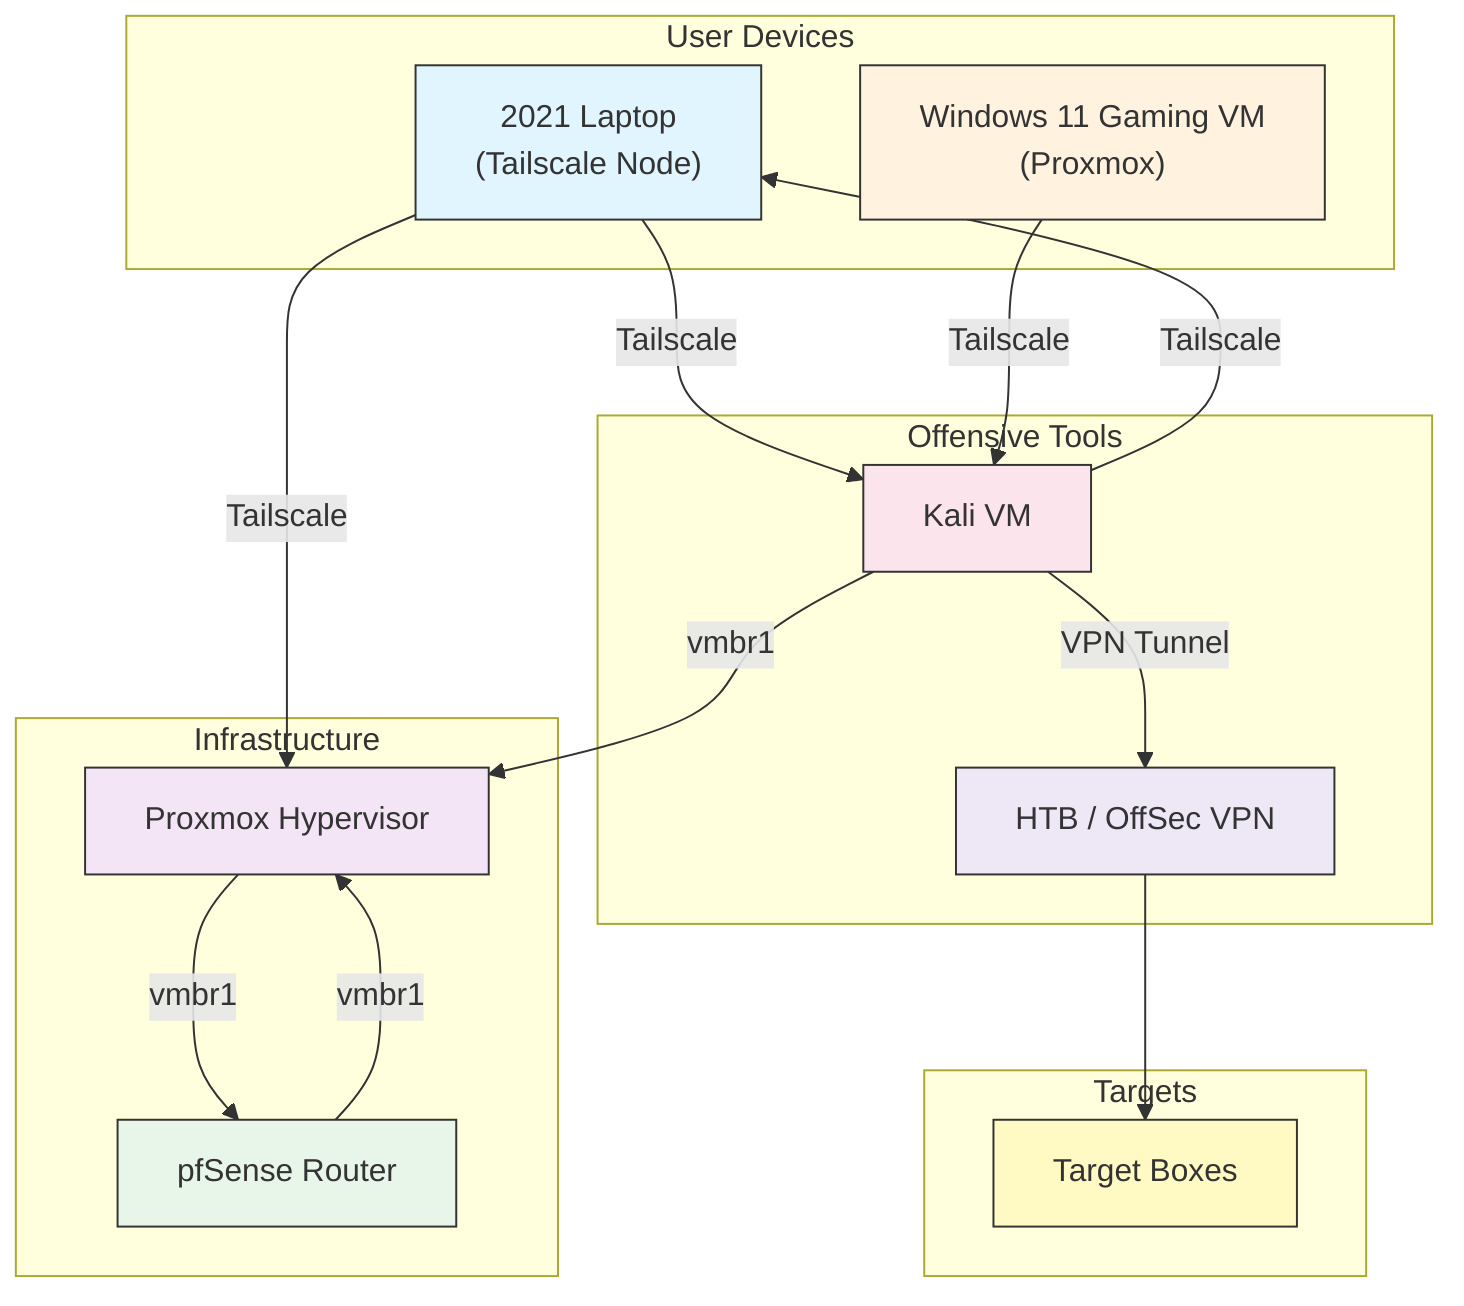
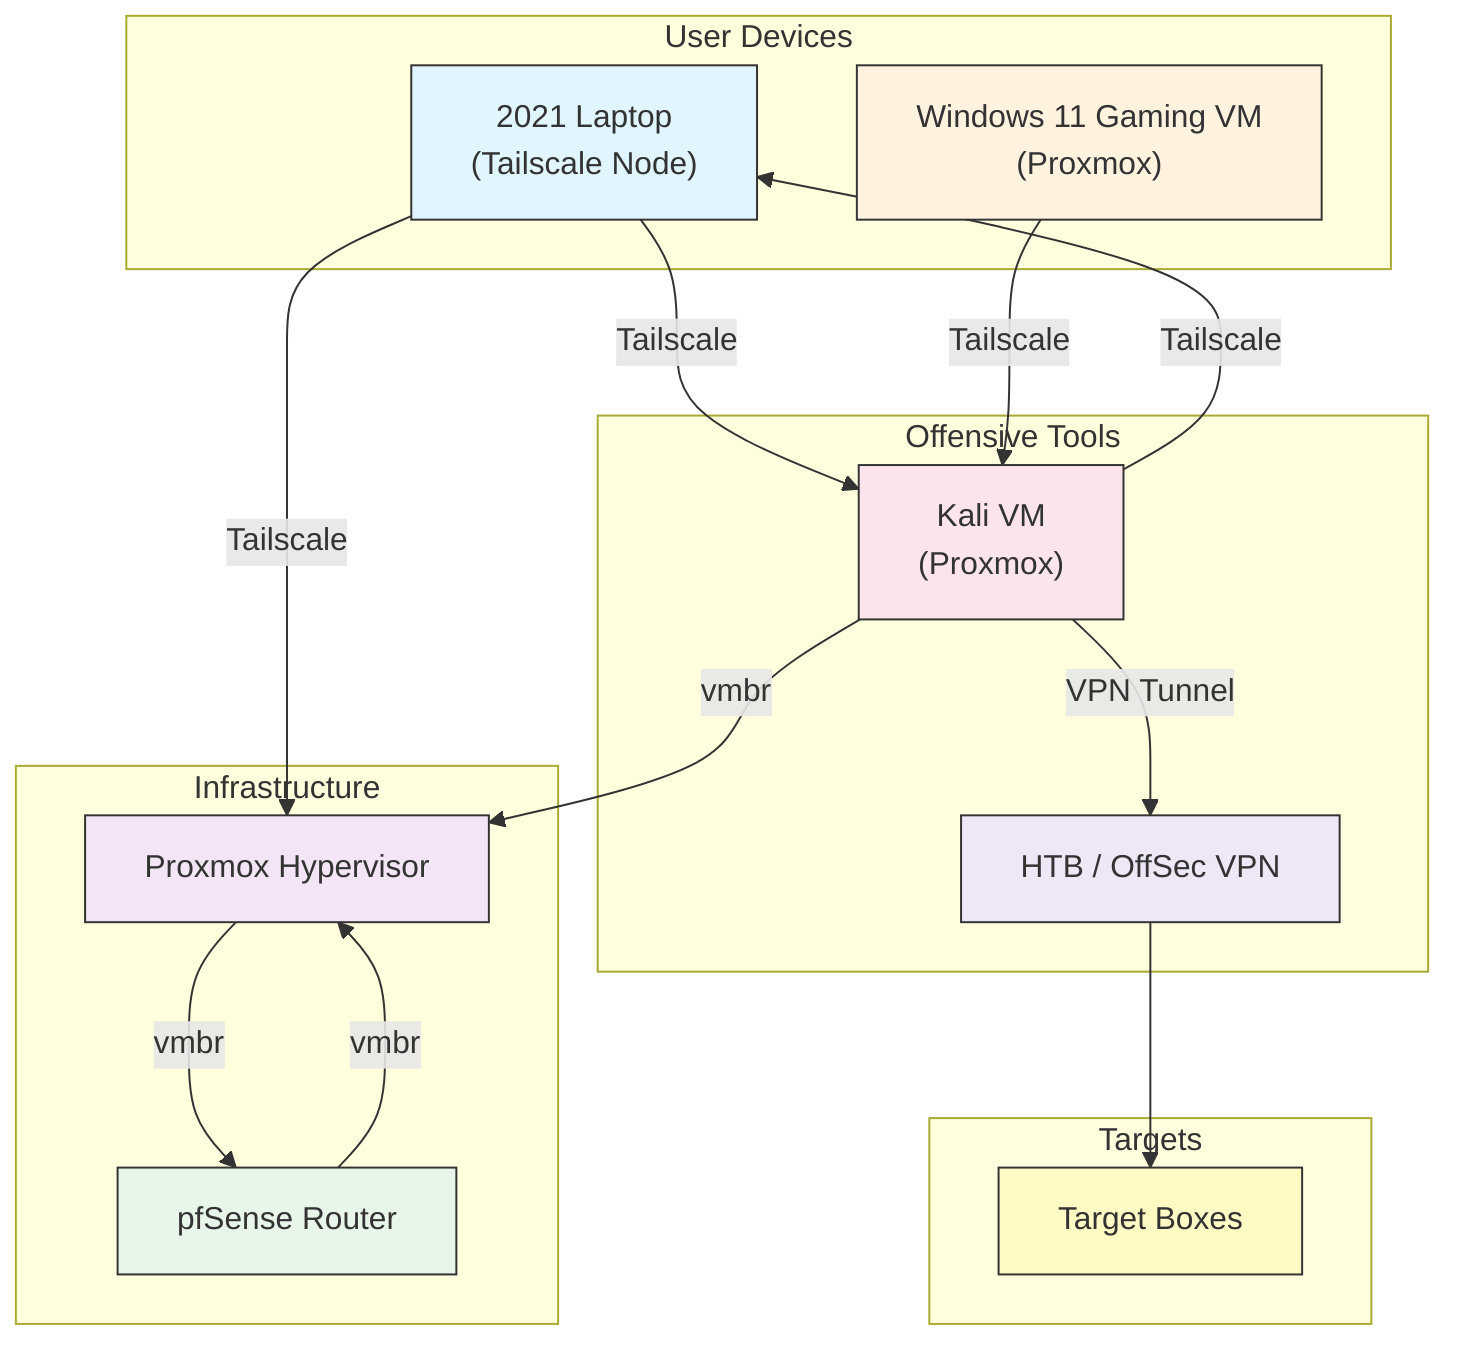
flowchart TD
  %% Grouped nodes for clarity
  subgraph "User Devices"
    A["2021 Laptop<br/>(Tailscale Node)"]
    B["Windows 11 Gaming VM<br/>(Proxmox)"]
  end

  subgraph "Infrastructure"
    C["Proxmox Hypervisor"]
    D["pfSense Router"]
  end

  subgraph "Offensive Tools"
-     E["Kali VM"]
+     E["Kali VM<br/>(Proxmox)"]
    F["HTB / OffSec VPN"]
  end

  subgraph "Targets"
    G["Target Boxes"]
  end

  A -->|Tailscale| E
  A -->|Tailscale| C
  B -->|Tailscale| E
-   E -->|vmbr1| C
-   C -->|vmbr1| D
-   D -->|vmbr1| C
+   E -->|vmbr| C
+   C -->|vmbr| D
+   D -->|vmbr| C
  E -->|VPN Tunnel| F
  F --> G
  E -->|Tailscale| A

  style A fill:#e1f5ff,stroke:#333,stroke-width:1px
  style B fill:#fff3e0,stroke:#333,stroke-width:1px
  style C fill:#f3e5f5,stroke:#333,stroke-width:1px
  style D fill:#e8f5e9,stroke:#333,stroke-width:1px
  style E fill:#fce4ec,stroke:#333,stroke-width:1px
  style F fill:#ede7f6,stroke:#333,stroke-width:1px
  style G fill:#fff9c4,stroke:#333,stroke-width:1px
